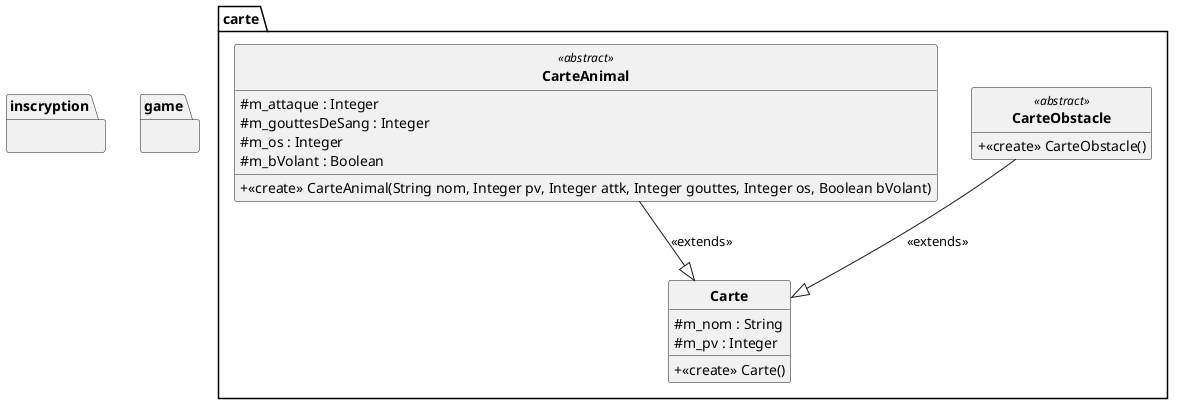
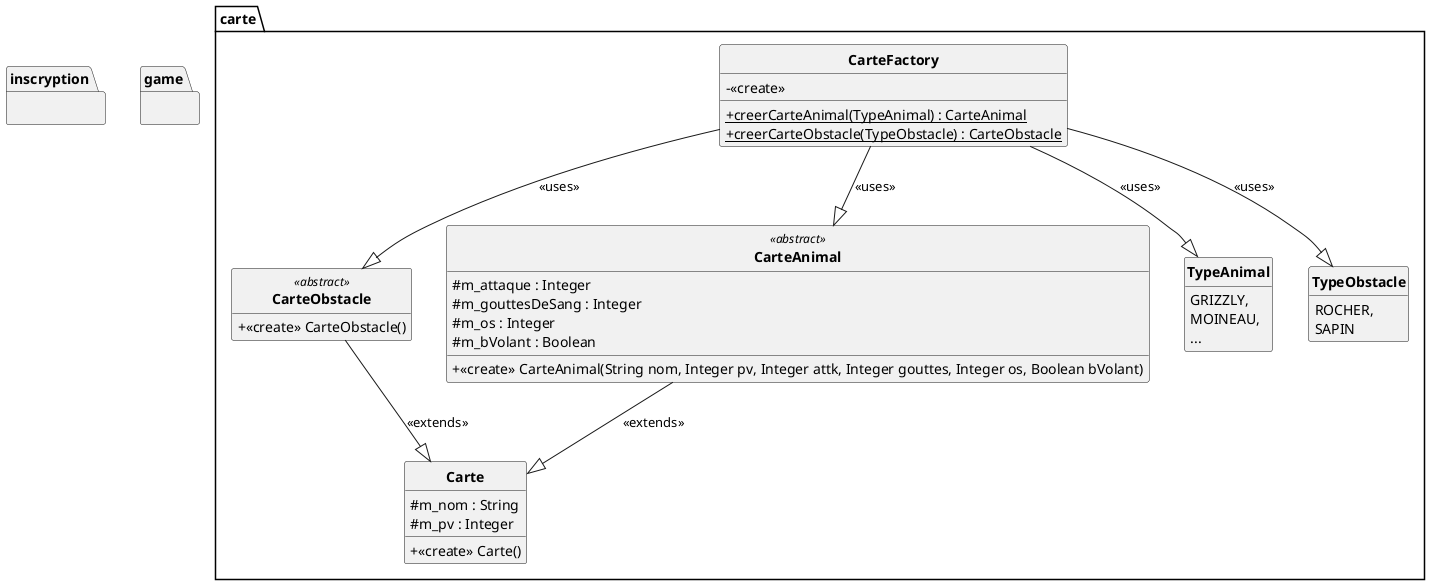
@startuml
'https://plantuml.com/class-diagram
skinparam classAttributeIconSize 0
skinparam classFontStyle Bold
skinparam style strictuml
hide empty members

package inscryption
{
}

package game
{
}

package carte
{
    class Carte
    {
        #m_nom : String
        #m_pv : Integer
        +<<create>> Carte()
    }

    class CarteObstacle <<abstract>>
    {
       +<<create>> CarteObstacle()
    }

    class CarteAnimal <<abstract>>
    {
        #m_attaque : Integer
        #m_gouttesDeSang : Integer
        #m_os : Integer
        #m_bVolant : Boolean
        +<<create>> CarteAnimal(String nom, Integer pv, Integer attk, Integer gouttes, Integer os, Boolean bVolant)
    }
+ 
+     class CarteFactory
+     {
+         -<<create>>
+         +{static}creerCarteAnimal(TypeAnimal) : CarteAnimal
+         +{static}creerCarteObstacle(TypeObstacle) : CarteObstacle
+     }
+ 
+     enum TypeAnimal
+     {
+         GRIZZLY,
+         MOINEAU,
+         ...
+     }
+ 
+     enum TypeObstacle
+     {
+         ROCHER,
+         SAPIN
+     }
+ 
}
+ 
+ CarteFactory --|> TypeAnimal : <<uses>>
+ CarteFactory --|> TypeObstacle : <<uses>>
+ CarteFactory --|> CarteAnimal : <<uses>>
+ CarteFactory --|> CarteObstacle : <<uses>>
+ 
+ 

CarteAnimal --|> Carte : <<extends>>
CarteObstacle --|> Carte : <<extends>>

@enduml